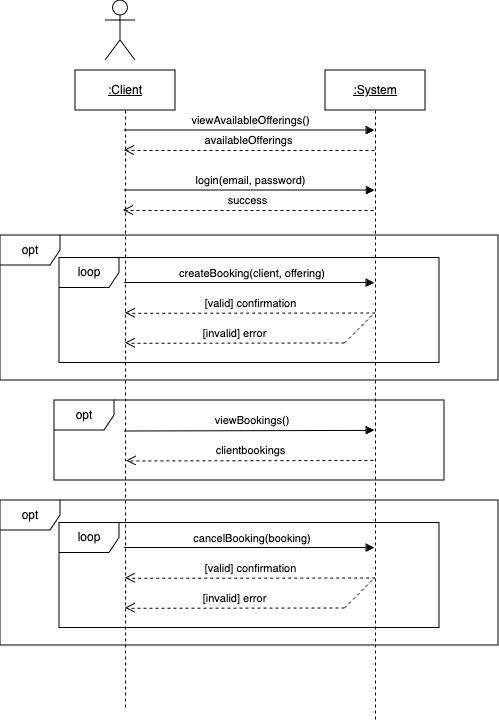
Earlier version of the draw.io export artifacts/processBookingSSD.png (vinishamanek/SOEN342). Source tidied: cells renumbered, new cells last; positions are measured from the earlier drawing's top-left corner, leaving out a move shared by most shapes.
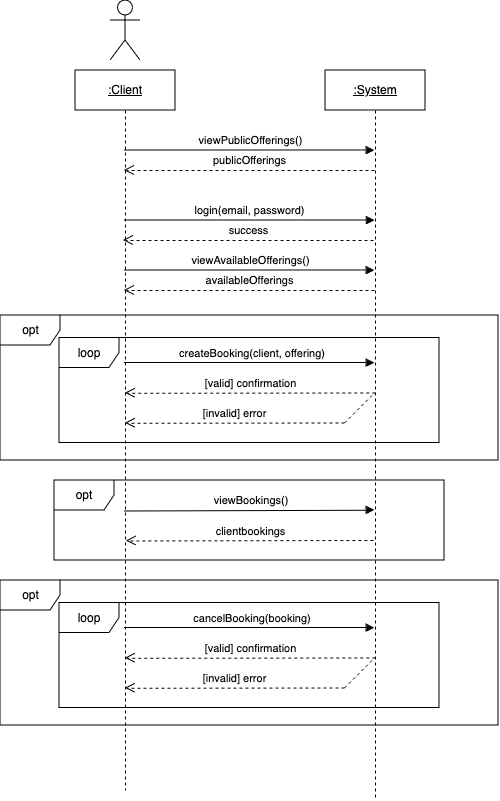
After the change.

Commit message:
Add viewPublicOffering as separate system operation to client SSD

Change to the diagram source:
```diff
@@ -3,47 +3,47 @@
     <mxCell id="0" />
     <mxCell id="1" parent="0" />
     <mxCell id="2" value="&lt;u&gt;:Client&lt;/u&gt;" style="shape=umlLifeline;perimeter=lifelinePerimeter;whiteSpace=wrap;html=1;newEdgeStyle={&quot;edgeStyle&quot;:&quot;elbowEdgeStyle&quot;,&quot;elbow&quot;:&quot;vertical&quot;,&quot;curved&quot;:0,&quot;rounded&quot;:0};" parent="1" vertex="1">
-      <mxGeometry x="75" y="70" width="100" height="640" as="geometry" />
+      <mxGeometry x="75" y="-10" width="100" height="720" as="geometry" />
     </mxCell>
     <mxCell id="3" value="&lt;u&gt;:System&lt;/u&gt;" style="shape=umlLifeline;perimeter=lifelinePerimeter;whiteSpace=wrap;html=1;newEdgeStyle={&quot;edgeStyle&quot;:&quot;elbowEdgeStyle&quot;,&quot;elbow&quot;:&quot;vertical&quot;,&quot;curved&quot;:0,&quot;rounded&quot;:0};" parent="1" vertex="1">
-      <mxGeometry x="325" y="70" width="100" height="650" as="geometry" />
+      <mxGeometry x="325" y="-10" width="100" height="730" as="geometry" />
     </mxCell>
     <mxCell id="4" value="viewAvailableOfferings()" style="html=1;verticalAlign=bottom;endArrow=block;edgeStyle=elbowEdgeStyle;elbow=vertical;curved=0;rounded=0;" parent="1" edge="1">
       <mxGeometry x="0.01" relative="1" as="geometry">
-        <mxPoint x="124" y="130" as="sourcePoint" />
-        <mxPoint x="374" y="130" as="targetPoint" />
+        <mxPoint x="124" y="190" as="sourcePoint" />
+        <mxPoint x="374" y="190" as="targetPoint" />
         <Array as="points">
-          <mxPoint x="304" y="130" />
+          <mxPoint x="304" y="190" />
         </Array>
       </mxGeometry>
     </mxCell>
     <mxCell id="5" value="success" style="html=1;verticalAlign=bottom;endArrow=open;dashed=1;endSize=8;edgeStyle=elbowEdgeStyle;elbow=vertical;curved=0;rounded=0;" parent="1" edge="1">
       <mxGeometry relative="1" as="geometry">
-        <mxPoint x="373" y="210" as="sourcePoint" />
-        <mxPoint x="123" y="210" as="targetPoint" />
+        <mxPoint x="373" y="160" as="sourcePoint" />
+        <mxPoint x="123" y="160" as="targetPoint" />
         <Array as="points">
-          <mxPoint x="307.8" y="210" />
+          <mxPoint x="307.8" y="160" />
         </Array>
       </mxGeometry>
     </mxCell>
     <mxCell id="6" style="shape=umlActor;verticalLabelPosition=bottom;verticalAlign=top;html=1;" parent="1" vertex="1">
-      <mxGeometry x="105" width="30" height="60" as="geometry" />
+      <mxGeometry x="110" y="-80" width="30" height="60" as="geometry" />
     </mxCell>
     <mxCell id="7" value="login(email, password)" style="html=1;verticalAlign=bottom;endArrow=block;edgeStyle=elbowEdgeStyle;elbow=vertical;curved=0;rounded=0;" parent="1" edge="1">
       <mxGeometry relative="1" as="geometry">
-        <mxPoint x="124" y="190" as="sourcePoint" />
-        <mxPoint x="374.3" y="190" as="targetPoint" />
+        <mxPoint x="124" y="140" as="sourcePoint" />
+        <mxPoint x="374.3" y="140" as="targetPoint" />
         <Array as="points">
-          <mxPoint x="304.3" y="190" />
+          <mxPoint x="304.3" y="140" />
         </Array>
       </mxGeometry>
     </mxCell>
     <mxCell id="8" value="availableOfferings" style="html=1;verticalAlign=bottom;endArrow=open;dashed=1;endSize=8;edgeStyle=elbowEdgeStyle;elbow=vertical;curved=0;rounded=0;" parent="1" edge="1">
       <mxGeometry relative="1" as="geometry">
-        <mxPoint x="374" y="150" as="sourcePoint" />
-        <mxPoint x="124" y="150" as="targetPoint" />
+        <mxPoint x="374" y="210" as="sourcePoint" />
+        <mxPoint x="124" y="210" as="targetPoint" />
         <Array as="points">
-          <mxPoint x="308.2" y="150" />
+          <mxPoint x="308.2" y="210" />
         </Array>
       </mxGeometry>
     </mxCell>
@@ -143,5 +143,23 @@
         <mxPoint x="374" y="577.5" as="targetPoint" />
       </mxGeometry>
     </mxCell>
+    <mxCell id="24" value="viewPublicOfferings()" style="html=1;verticalAlign=bottom;endArrow=block;edgeStyle=elbowEdgeStyle;elbow=vertical;curved=0;rounded=0;" parent="1" edge="1">
+      <mxGeometry x="0.01" relative="1" as="geometry">
+        <mxPoint x="124" y="70" as="sourcePoint" />
+        <mxPoint x="374" y="70" as="targetPoint" />
+        <Array as="points">
+          <mxPoint x="304" y="70" />
+        </Array>
+      </mxGeometry>
+    </mxCell>
+    <mxCell id="25" value="publicOfferings" style="html=1;verticalAlign=bottom;endArrow=open;dashed=1;endSize=8;edgeStyle=elbowEdgeStyle;elbow=vertical;curved=0;rounded=0;" parent="1" edge="1">
+      <mxGeometry relative="1" as="geometry">
+        <mxPoint x="374" y="90" as="sourcePoint" />
+        <mxPoint x="124" y="90" as="targetPoint" />
+        <Array as="points">
+          <mxPoint x="308.2" y="90" />
+        </Array>
+      </mxGeometry>
+    </mxCell>
   </root>
 </mxGraphModel>
```
